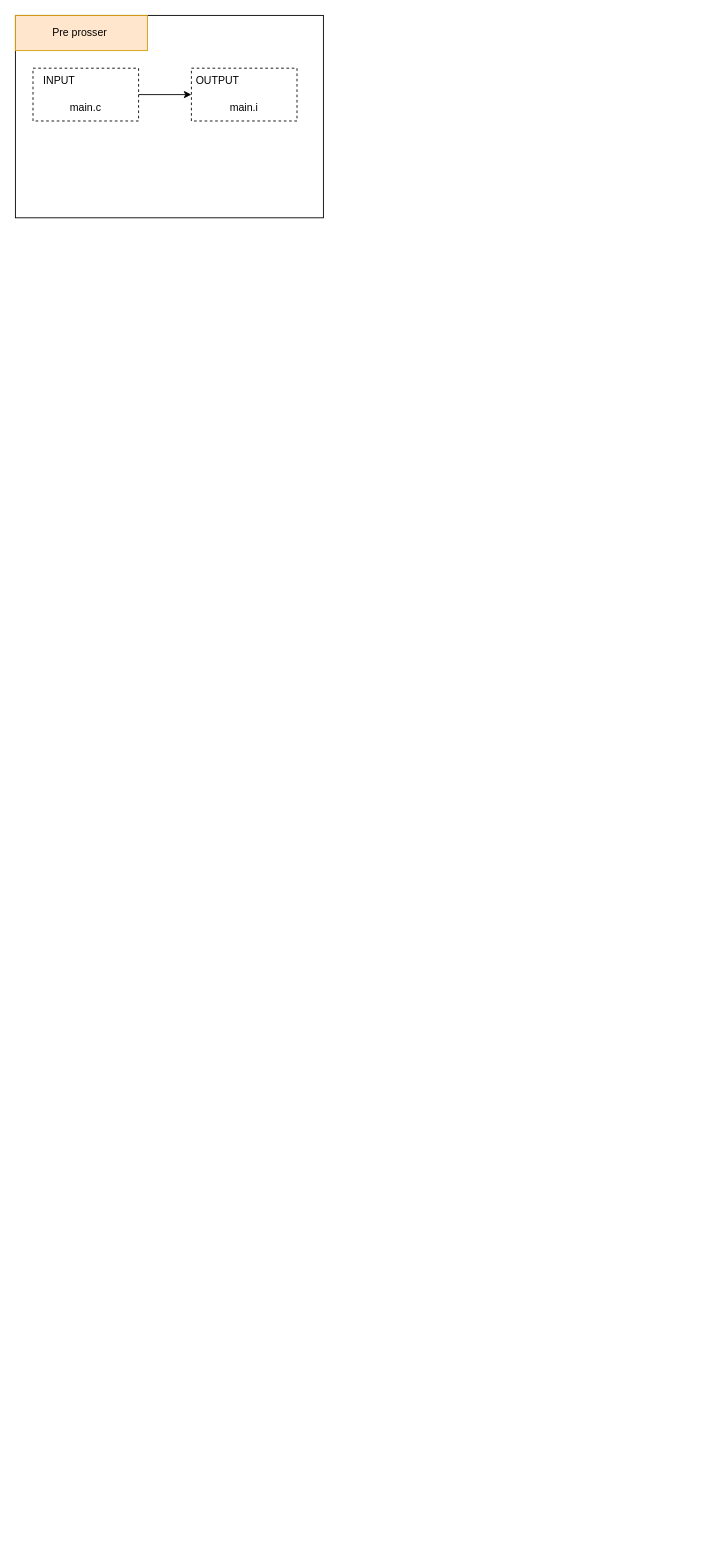
This is compile_sequance.drawio from Arunchellasp/arm_gcc, a draw.io file, before an edit. Source tidied: cells renumbered, new cells numbered last; positions are measured from the earlier drawing's top-left corner, leaving out a move shared by most shapes. Both pictures are drawn from the tidied source at 88%, with x=0, y=0 at pixel (15, 15).
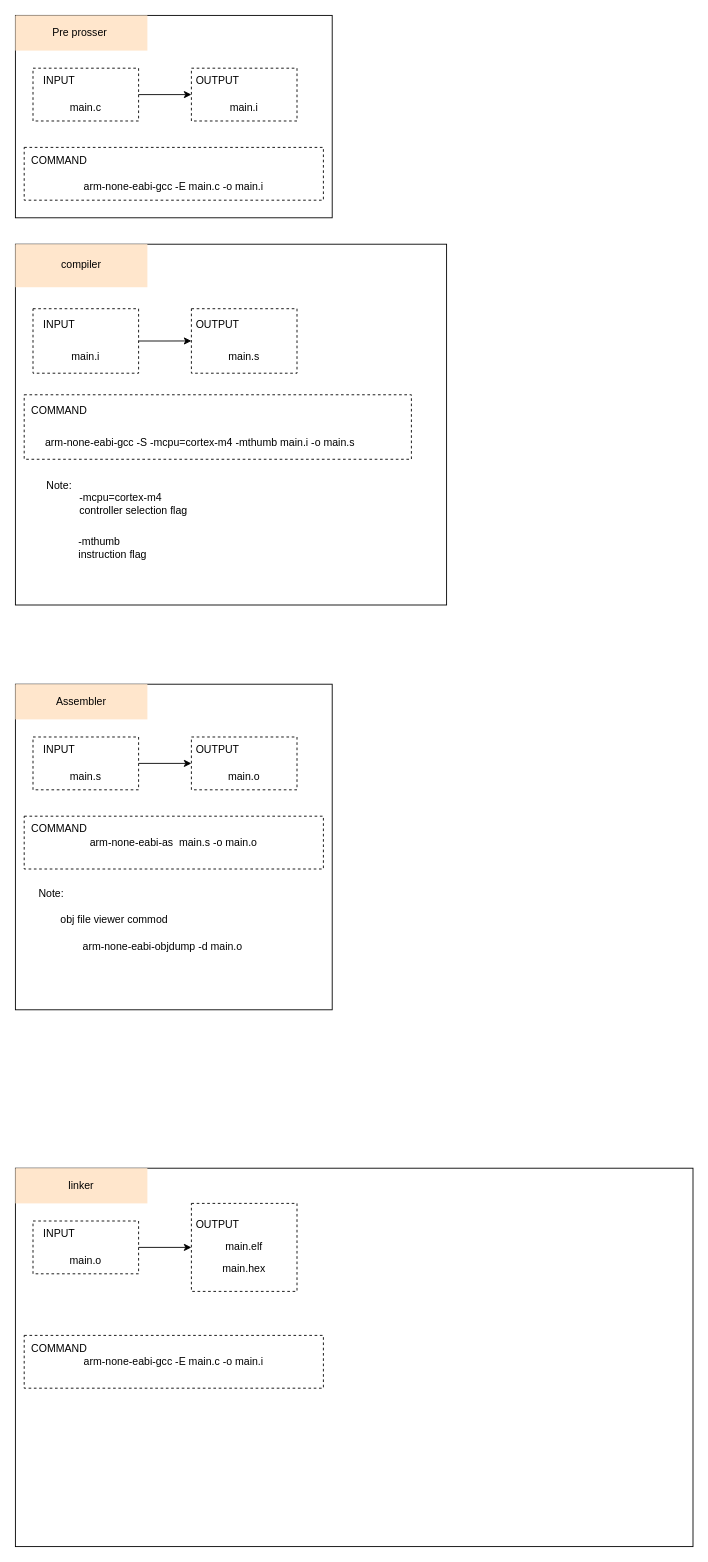
Above is the later version.

Unchanged cells that the change refers to:
```xml
<mxCell id="5" style="rounded=0;whiteSpace=wrap;html=1;fillColor=none;dashed=1;" parent="4" vertex="1">
  <mxGeometry width="120" height="60" as="geometry" />
</mxCell>
<mxCell id="9" style="rounded=0;whiteSpace=wrap;html=1;fillColor=none;dashed=1;" parent="8" vertex="1">
  <mxGeometry width="120" height="60" as="geometry" />
</mxCell>
```

Change to the diagram source:
```diff
@@
+    <mxCell id="13" style="group;" parent="1" vertex="1">
+      <mxGeometry width="360" height="230" as="geometry" />
+    </mxCell>
-    <mxCell id="2" style="rounded=0;whiteSpace=wrap;html=1;fillColor=none;" parent="1" vertex="1">
-      <mxGeometry width="350" height="230" as="geometry" />
+    <mxCell id="2" style="rounded=0;whiteSpace=wrap;html=1;fillColor=none;" parent="13" vertex="1">
+      <mxGeometry width="360" height="230" as="geometry" />
     </mxCell>
-    <mxCell id="3" value="Pre prosser&amp;nbsp;" style="rounded=0;whiteSpace=wrap;html=1;fillColor=#ffe6cc;strokeColor=#d79b00;" parent="1" vertex="1">
+    <mxCell id="3" value="Pre prosser&amp;nbsp;" style="rounded=0;whiteSpace=wrap;html=1;fillColor=#ffe6cc;strokeColor=none;" parent="13" vertex="1">
       <mxGeometry width="150" height="40" as="geometry" />
     </mxCell>
-    <mxCell id="4" style="group;" parent="1" vertex="1">
+    <mxCell id="4" style="group;" parent="13" vertex="1">
       <mxGeometry x="20" y="60" width="120" height="60" as="geometry" />
     </mxCell>
@@
-    <mxCell id="8" style="group;" parent="1" vertex="1">
+    <mxCell id="8" style="group;" parent="13" vertex="1">
       <mxGeometry x="200" y="60" width="120" height="60" as="geometry" />
     </mxCell>
@@
-    <mxCell id="12" style="edgeStyle=orthogonalEdgeStyle;rounded=0;jettySize=auto;html=1;entryX=0;entryY=0.5;entryDx=0;entryDy=0;" parent="1" edge="1" source="5" target="9">
+    <mxCell id="12" style="edgeStyle=orthogonalEdgeStyle;rounded=0;jettySize=auto;html=1;entryX=0;entryY=0.5;entryDx=0;entryDy=0;" parent="13" edge="1" source="5" target="9">
       <mxGeometry relative="1" as="geometry" />
     </mxCell>
+    <mxCell id="14" style="group;" parent="13" vertex="1">
+      <mxGeometry x="100" y="150" width="250" height="60" as="geometry" />
+    </mxCell>
+    <mxCell id="15" style="rounded=0;whiteSpace=wrap;html=1;fillColor=none;dashed=1;" parent="14" vertex="1">
+      <mxGeometry x="-90" width="340" height="60" as="geometry" />
+    </mxCell>
+    <mxCell id="16" value="COMMAND" style="text;html=1;align=center;verticalAlign=middle;whiteSpace=wrap;rounded=0;" parent="14" vertex="1">
+      <mxGeometry x="-90" width="80" height="30" as="geometry" />
+    </mxCell>
+    <mxCell id="17" value="arm-none-eabi-gcc -E main.c -o main.i" style="text;html=1;align=center;verticalAlign=middle;whiteSpace=wrap;rounded=0;" parent="13" vertex="1">
+      <mxGeometry x="10" y="180" width="340" height="30" as="geometry" />
+    </mxCell>
+    <mxCell id="18" style="rounded=0;whiteSpace=wrap;html=1;fillColor=none;" parent="1" vertex="1">
+      <mxGeometry y="1310" width="770" height="430" as="geometry" />
+    </mxCell>
+    <mxCell id="19" value="linker" style="rounded=0;whiteSpace=wrap;html=1;fillColor=#ffe6cc;strokeColor=none;" parent="1" vertex="1">
+      <mxGeometry y="1310" width="150" height="40" as="geometry" />
+    </mxCell>
+    <mxCell id="20" style="group;" parent="1" vertex="1">
+      <mxGeometry x="20" y="1370" width="120" height="60" as="geometry" />
+    </mxCell>
+    <mxCell id="21" style="rounded=0;whiteSpace=wrap;html=1;fillColor=none;dashed=1;" parent="20" vertex="1">
+      <mxGeometry width="120" height="60" as="geometry" />
+    </mxCell>
+    <mxCell id="22" value="INPUT" style="text;html=1;align=center;verticalAlign=middle;whiteSpace=wrap;rounded=0;" parent="20" vertex="1">
+      <mxGeometry width="60" height="30" as="geometry" />
+    </mxCell>
+    <mxCell id="23" value="main.o" style="text;html=1;align=center;verticalAlign=middle;whiteSpace=wrap;rounded=0;" parent="20" vertex="1">
+      <mxGeometry x="30" y="30" width="60" height="30" as="geometry" />
+    </mxCell>
+    <mxCell id="24" style="group;" parent="1" vertex="1">
+      <mxGeometry x="200" y="1350" width="120" height="100" as="geometry" />
+    </mxCell>
+    <mxCell id="25" style="rounded=0;whiteSpace=wrap;html=1;fillColor=none;dashed=1;" parent="24" vertex="1">
+      <mxGeometry width="120" height="100" as="geometry" />
+    </mxCell>
+    <mxCell id="26" value="OUTPUT" style="text;html=1;align=center;verticalAlign=middle;whiteSpace=wrap;rounded=0;" parent="24" vertex="1">
+      <mxGeometry width="60" height="50" as="geometry" />
+    </mxCell>
+    <mxCell id="27" value="main.elf" style="text;html=1;align=center;verticalAlign=middle;whiteSpace=wrap;rounded=0;" parent="24" vertex="1">
+      <mxGeometry x="30" y="37.5" width="60" height="25" as="geometry" />
+    </mxCell>
+    <mxCell id="28" value="main.hex" style="text;html=1;align=center;verticalAlign=middle;whiteSpace=wrap;rounded=0;" parent="24" vertex="1">
+      <mxGeometry x="30" y="62.5" width="60" height="25" as="geometry" />
+    </mxCell>
+    <mxCell id="29" style="edgeStyle=orthogonalEdgeStyle;rounded=0;jettySize=auto;html=1;entryX=0;entryY=0.5;entryDx=0;entryDy=0;" parent="1" edge="1" source="21" target="25">
+      <mxGeometry relative="1" as="geometry" />
+    </mxCell>
+    <mxCell id="30" style="group;" parent="1" vertex="1">
+      <mxGeometry x="100" y="1500" width="250" height="60" as="geometry" />
+    </mxCell>
+    <mxCell id="31" style="rounded=0;whiteSpace=wrap;html=1;fillColor=none;dashed=1;" parent="30" vertex="1">
+      <mxGeometry x="-90" width="340" height="60" as="geometry" />
+    </mxCell>
+    <mxCell id="32" value="COMMAND" style="text;html=1;align=center;verticalAlign=middle;whiteSpace=wrap;rounded=0;" parent="30" vertex="1">
+      <mxGeometry x="-90" width="80" height="30" as="geometry" />
+    </mxCell>
+    <mxCell id="33" value="arm-none-eabi-gcc -E main.c -o main.i" style="text;html=1;align=center;verticalAlign=middle;whiteSpace=wrap;rounded=0;" parent="30" vertex="1">
+      <mxGeometry x="-90" y="15" width="340" height="30" as="geometry" />
+    </mxCell>
+    <mxCell id="34" style="rounded=0;whiteSpace=wrap;html=1;fillColor=none;" parent="1" vertex="1">
+      <mxGeometry y="260" width="490" height="410" as="geometry" />
+    </mxCell>
+    <mxCell id="35" value="compiler" style="rounded=0;whiteSpace=wrap;html=1;fillColor=#ffe6cc;strokeColor=none;" parent="1" vertex="1">
+      <mxGeometry y="260" width="150" height="48.9" as="geometry" />
+    </mxCell>
+    <mxCell id="36" style="edgeStyle=orthogonalEdgeStyle;rounded=0;jettySize=auto;html=1;entryX=0;entryY=0.5;entryDx=0;entryDy=0;" parent="1" edge="1" source="39" target="42">
+      <mxGeometry relative="1" as="geometry" />
+    </mxCell>
+    <mxCell id="37" value="Note:" style="text;html=1;align=center;verticalAlign=middle;whiteSpace=wrap;rounded=0;" parent="1" vertex="1">
+      <mxGeometry x="20" y="516.7" width="60" height="36.7" as="geometry" />
+    </mxCell>
+    <mxCell id="38" value="-mcpu=cortex-m4&amp;nbsp; controller selection flag" style="text;html=1;align=left;verticalAlign=middle;whiteSpace=wrap;rounded=0;" parent="1" vertex="1">
+      <mxGeometry x="71" y="540" width="130" height="30" as="geometry" />
+    </mxCell>
+    <mxCell id="39" style="rounded=0;whiteSpace=wrap;html=1;fillColor=none;dashed=1;" parent="1" vertex="1">
+      <mxGeometry x="20" y="333.3" width="120" height="73.3" as="geometry" />
+    </mxCell>
+    <mxCell id="40" value="INPUT" style="text;html=1;align=center;verticalAlign=middle;whiteSpace=wrap;rounded=0;" parent="1" vertex="1">
+      <mxGeometry x="20" y="333.3" width="60" height="36.7" as="geometry" />
+    </mxCell>
+    <mxCell id="41" value="main.i" style="text;html=1;align=center;verticalAlign=middle;whiteSpace=wrap;rounded=0;" parent="1" vertex="1">
+      <mxGeometry x="50" y="370" width="60" height="36.7" as="geometry" />
+    </mxCell>
+    <mxCell id="42" style="rounded=0;whiteSpace=wrap;html=1;fillColor=none;dashed=1;" parent="1" vertex="1">
+      <mxGeometry x="200" y="333.3" width="120" height="73.3" as="geometry" />
+    </mxCell>
+    <mxCell id="43" value="OUTPUT" style="text;html=1;align=center;verticalAlign=middle;whiteSpace=wrap;rounded=0;" parent="1" vertex="1">
+      <mxGeometry x="200" y="333.3" width="60" height="36.7" as="geometry" />
+    </mxCell>
+    <mxCell id="44" value="main.s" style="text;html=1;align=center;verticalAlign=middle;whiteSpace=wrap;rounded=0;" parent="1" vertex="1">
+      <mxGeometry x="230" y="370" width="60" height="36.7" as="geometry" />
+    </mxCell>
+    <mxCell id="45" style="rounded=0;whiteSpace=wrap;html=1;fillColor=none;dashed=1;" parent="1" vertex="1">
+      <mxGeometry x="10" y="431.1" width="440" height="73.3" as="geometry" />
+    </mxCell>
+    <mxCell id="46" value="COMMAND" style="text;html=1;align=center;verticalAlign=middle;whiteSpace=wrap;rounded=0;" parent="1" vertex="1">
+      <mxGeometry x="10" y="431.1" width="80" height="36.7" as="geometry" />
+    </mxCell>
+    <mxCell id="47" value="arm-none-eabi-gcc -S -mcpu=cortex-m4 -mthumb main.i -o main.s" style="text;html=1;align=center;verticalAlign=middle;whiteSpace=wrap;rounded=0;" parent="1" vertex="1">
+      <mxGeometry x="10" y="467.8" width="400" height="36.7" as="geometry" />
+    </mxCell>
+    <mxCell id="48" value="&lt;span style=&quot;text-align: center;&quot;&gt;-mthumb&lt;/span&gt;&lt;div&gt;&lt;span style=&quot;text-align: center;&quot;&gt;instruction flag&lt;/span&gt;&lt;/div&gt;" style="text;html=1;align=left;verticalAlign=middle;whiteSpace=wrap;rounded=0;" parent="1" vertex="1">
+      <mxGeometry x="70" y="590" width="130" height="30" as="geometry" />
+    </mxCell>
+    <mxCell id="49" style="rounded=0;whiteSpace=wrap;html=1;fillColor=none;" parent="1" vertex="1">
+      <mxGeometry y="760" width="360" height="370" as="geometry" />
+    </mxCell>
+    <mxCell id="50" value="Assembler" style="rounded=0;whiteSpace=wrap;html=1;fillColor=#ffe6cc;strokeColor=none;" parent="1" vertex="1">
+      <mxGeometry y="760" width="150" height="40" as="geometry" />
+    </mxCell>
+    <mxCell id="51" style="edgeStyle=orthogonalEdgeStyle;rounded=0;jettySize=auto;html=1;entryX=0;entryY=0.5;entryDx=0;entryDy=0;" parent="1" edge="1" source="52" target="55">
+      <mxGeometry relative="1" as="geometry" />
+    </mxCell>
+    <mxCell id="52" style="rounded=0;whiteSpace=wrap;html=1;fillColor=none;dashed=1;" parent="1" vertex="1">
+      <mxGeometry x="20" y="820" width="120" height="60" as="geometry" />
+    </mxCell>
+    <mxCell id="53" value="INPUT" style="text;html=1;align=center;verticalAlign=middle;whiteSpace=wrap;rounded=0;" parent="1" vertex="1">
+      <mxGeometry x="20" y="820" width="60" height="30" as="geometry" />
+    </mxCell>
+    <mxCell id="54" value="main.s" style="text;html=1;align=center;verticalAlign=middle;whiteSpace=wrap;rounded=0;" parent="1" vertex="1">
+      <mxGeometry x="50" y="850" width="60" height="30" as="geometry" />
+    </mxCell>
+    <mxCell id="55" style="rounded=0;whiteSpace=wrap;html=1;fillColor=none;dashed=1;" parent="1" vertex="1">
+      <mxGeometry x="200" y="820" width="120" height="60" as="geometry" />
+    </mxCell>
+    <mxCell id="56" value="OUTPUT" style="text;html=1;align=center;verticalAlign=middle;whiteSpace=wrap;rounded=0;" parent="1" vertex="1">
+      <mxGeometry x="200" y="820" width="60" height="30" as="geometry" />
+    </mxCell>
+    <mxCell id="57" value="main.o" style="text;html=1;align=center;verticalAlign=middle;whiteSpace=wrap;rounded=0;" parent="1" vertex="1">
+      <mxGeometry x="230" y="850" width="60" height="30" as="geometry" />
+    </mxCell>
+    <mxCell id="58" style="rounded=0;whiteSpace=wrap;html=1;fillColor=none;dashed=1;" parent="1" vertex="1">
+      <mxGeometry x="10" y="910" width="340" height="60" as="geometry" />
+    </mxCell>
+    <mxCell id="59" value="COMMAND" style="text;html=1;align=center;verticalAlign=middle;whiteSpace=wrap;rounded=0;" parent="1" vertex="1">
+      <mxGeometry x="10" y="910" width="80" height="30" as="geometry" />
+    </mxCell>
+    <mxCell id="60" value="arm-none-eabi-as&amp;nbsp; main.s -o main.o" style="text;html=1;align=center;verticalAlign=middle;whiteSpace=wrap;rounded=0;" parent="1" vertex="1">
+      <mxGeometry x="10" y="925" width="340" height="30" as="geometry" />
+    </mxCell>
+    <mxCell id="61" value="Note:" style="text;html=1;align=center;verticalAlign=middle;whiteSpace=wrap;rounded=0;" parent="1" vertex="1">
+      <mxGeometry x="11" y="980" width="60" height="36.7" as="geometry" />
+    </mxCell>
+    <mxCell id="62" value="obj file viewer commod" style="text;html=1;align=center;verticalAlign=middle;whiteSpace=wrap;rounded=0;" parent="1" vertex="1">
+      <mxGeometry x="40" y="1010" width="145" height="36.7" as="geometry" />
+    </mxCell>
+    <mxCell id="63" value="arm-none-eabi-objdump -d main.o" style="text;html=1;align=center;verticalAlign=middle;whiteSpace=wrap;rounded=0;" parent="1" vertex="1">
+      <mxGeometry x="50" y="1040" width="235" height="36.7" as="geometry" />
+    </mxCell>
```
